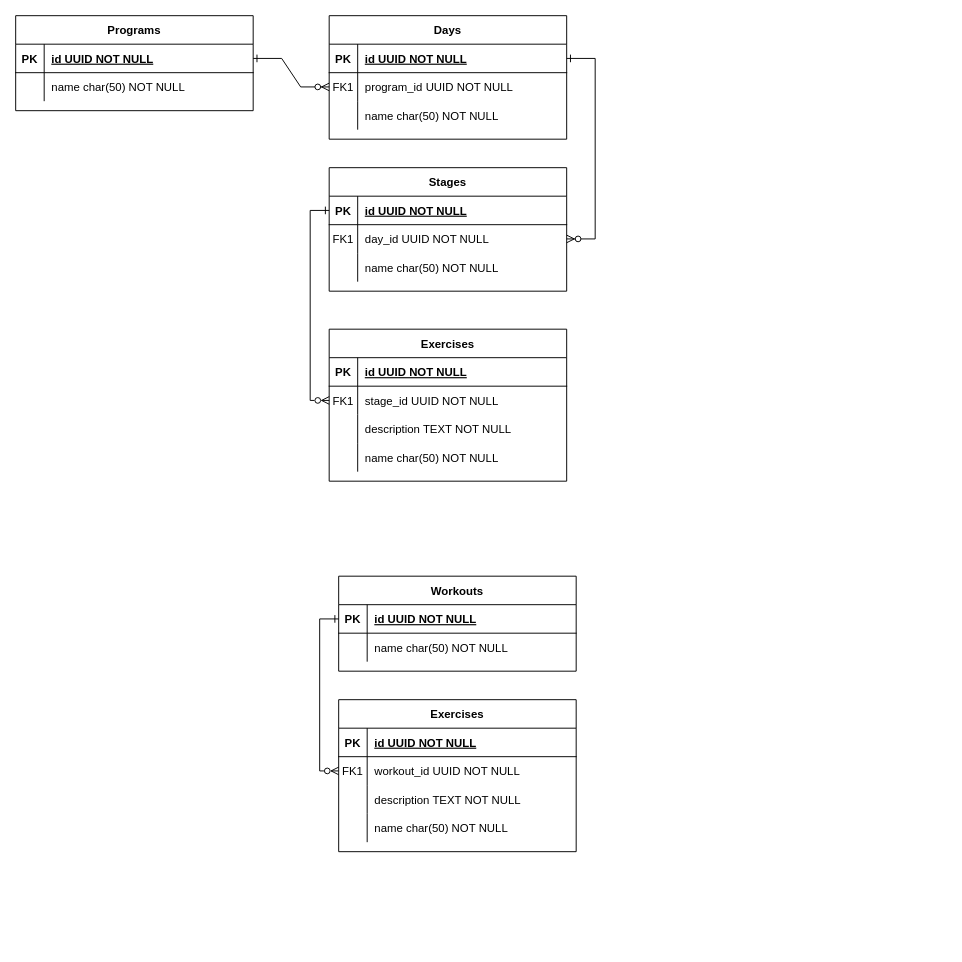
cjcoops/workout-tracker keeps this draw.io diagram as workout-tracker.drawio. Above is the earlier version. Source tidied: cells renumbered, new cells numbered last; positions are measured from the earlier drawing's top-left corner, leaving out a move shared by most shapes. Both pictures are drawn from the tidied source at 95%, with x=0, y=0 at pixel (15, 15).
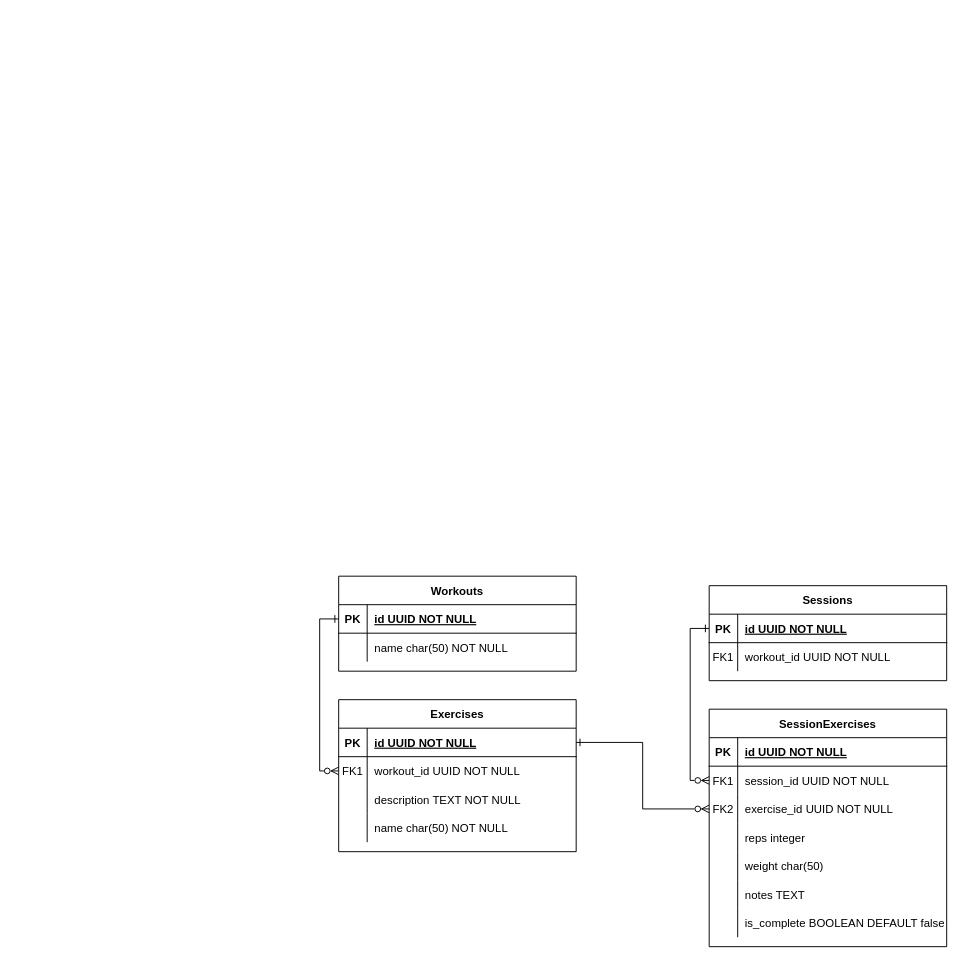
The same diagram, later.

Commit message:
design db schema for sessions and sessionexercises

Unchanged cells that the change refers to:
```xml
<mxCell id="53" style="shape=partialRectangle;fillColor=none;points=[[0,0.5],[1,0.5]];portConstraint=eastwest;top=0;left=0;right=0;bottom=1;rounded=0;" parent="52" vertex="1">
  <mxGeometry y="30" width="250" height="30" as="geometry" />
</mxCell>
```

The edit, as a diff of the source:
```diff
@@
-    <mxCell id="2" style="edgeStyle=entityRelationEdgeStyle;endArrow=ERzeroToMany;startArrow=ERone;endFill=1;startFill=0;rounded=0;" parent="1" edge="1" source="25" target="8">
-      <mxGeometry relative="1" as="geometry" />
-    </mxCell>
-    <mxCell id="3" style="edgeStyle=entityRelationEdgeStyle;endArrow=ERzeroToMany;startArrow=ERone;endFill=1;startFill=0;rounded=0;" parent="1" edge="1" source="5" target="18">
-      <mxGeometry relative="1" as="geometry" />
-    </mxCell>
-    <mxCell id="4" value="Days" style="shape=table;startSize=30;childLayout=tableLayout;rowLines=0;fontStyle=1;align=center;rounded=0;" parent="1" vertex="1">
-      <mxGeometry x="330" width="250" height="130" as="geometry" />
-    </mxCell>
-    <mxCell id="5" style="shape=partialRectangle;fillColor=none;points=[[0,0.5],[1,0.5]];portConstraint=eastwest;top=0;left=0;right=0;bottom=1;rounded=0;" parent="4" vertex="1">
-      <mxGeometry y="30" width="250" height="30" as="geometry" />
-    </mxCell>
-    <mxCell id="6" value="PK" style="shape=partialRectangle;overflow=hidden;fillColor=none;top=0;left=0;bottom=0;right=0;fontStyle=1;rounded=0;" parent="5" vertex="1">
-      <mxGeometry width="30" height="30" as="geometry" />
-    </mxCell>
-    <mxCell id="7" value="id UUID NOT NULL " style="shape=partialRectangle;overflow=hidden;fillColor=none;top=0;left=0;bottom=0;right=0;align=left;spacingLeft=6;fontStyle=5;rounded=0;" parent="5" vertex="1">
-      <mxGeometry x="30" width="220" height="30" as="geometry" />
-    </mxCell>
-    <mxCell id="8" style="shape=partialRectangle;fillColor=none;points=[[0,0.5],[1,0.5]];portConstraint=eastwest;top=0;left=0;right=0;bottom=0;rounded=0;" parent="4" vertex="1">
-      <mxGeometry y="60" width="250" height="30" as="geometry" />
-    </mxCell>
-    <mxCell id="9" value="FK1" style="shape=partialRectangle;overflow=hidden;fillColor=none;top=0;left=0;bottom=0;right=0;rounded=0;" parent="8" vertex="1">
-      <mxGeometry width="30" height="30" as="geometry" />
-    </mxCell>
-    <mxCell id="10" value="program_id UUID NOT NULL" style="shape=partialRectangle;overflow=hidden;fillColor=none;top=0;left=0;bottom=0;right=0;align=left;spacingLeft=6;rounded=0;" parent="8" vertex="1">
-      <mxGeometry x="30" width="220" height="30" as="geometry" />
-    </mxCell>
-    <mxCell id="11" style="shape=partialRectangle;fillColor=none;top=0;left=0;right=0;bottom=0;rounded=0;" parent="4" vertex="1">
-      <mxGeometry y="90" width="250" height="30" as="geometry" />
-    </mxCell>
-    <mxCell id="12" style="shape=partialRectangle;overflow=hidden;fillColor=none;top=0;left=0;bottom=0;right=0;rounded=0;" parent="11" vertex="1">
-      <mxGeometry width="30" height="30" as="geometry" />
-    </mxCell>
-    <mxCell id="13" value="name char(50) NOT NULL" style="shape=partialRectangle;overflow=hidden;fillColor=none;top=0;left=0;bottom=0;right=0;align=left;spacingLeft=6;rounded=0;" parent="11" vertex="1">
-      <mxGeometry x="30" width="220" height="30" as="geometry" />
-    </mxCell>
-    <mxCell id="14" value="Stages" style="shape=table;startSize=30;childLayout=tableLayout;rowLines=0;fontStyle=1;align=center;rounded=0;" parent="1" vertex="1">
-      <mxGeometry x="330" y="160" width="250" height="130" as="geometry" />
-    </mxCell>
-    <mxCell id="15" style="shape=partialRectangle;fillColor=none;points=[[0,0.5],[1,0.5]];portConstraint=eastwest;top=0;left=0;right=0;bottom=1;rounded=0;" parent="14" vertex="1">
-      <mxGeometry y="30" width="250" height="30" as="geometry" />
-    </mxCell>
-    <mxCell id="16" value="PK" style="shape=partialRectangle;overflow=hidden;fillColor=none;top=0;left=0;bottom=0;right=0;fontStyle=1;rounded=0;" parent="15" vertex="1">
-      <mxGeometry width="30" height="30" as="geometry" />
-    </mxCell>
-    <mxCell id="17" value="id UUID NOT NULL " style="shape=partialRectangle;overflow=hidden;fillColor=none;top=0;left=0;bottom=0;right=0;align=left;spacingLeft=6;fontStyle=5;rounded=0;" parent="15" vertex="1">
-      <mxGeometry x="30" width="220" height="30" as="geometry" />
-    </mxCell>
-    <mxCell id="18" style="shape=partialRectangle;fillColor=none;points=[[0,0.5],[1,0.5]];portConstraint=eastwest;top=0;left=0;right=0;bottom=0;rounded=0;" parent="14" vertex="1">
-      <mxGeometry y="60" width="250" height="30" as="geometry" />
-    </mxCell>
-    <mxCell id="19" value="FK1" style="shape=partialRectangle;overflow=hidden;fillColor=none;top=0;left=0;bottom=0;right=0;rounded=0;" parent="18" vertex="1">
-      <mxGeometry width="30" height="30" as="geometry" />
-    </mxCell>
-    <mxCell id="20" value="day_id UUID NOT NULL" style="shape=partialRectangle;overflow=hidden;fillColor=none;top=0;left=0;bottom=0;right=0;align=left;spacingLeft=6;rounded=0;" parent="18" vertex="1">
-      <mxGeometry x="30" width="220" height="30" as="geometry" />
-    </mxCell>
-    <mxCell id="21" style="shape=partialRectangle;fillColor=none;top=0;left=0;right=0;bottom=0;rounded=0;" parent="14" vertex="1">
-      <mxGeometry y="90" width="250" height="30" as="geometry" />
-    </mxCell>
-    <mxCell id="22" style="shape=partialRectangle;overflow=hidden;fillColor=none;top=0;left=0;bottom=0;right=0;rounded=0;" parent="21" vertex="1">
-      <mxGeometry width="30" height="30" as="geometry" />
-    </mxCell>
-    <mxCell id="23" value="name char(50) NOT NULL" style="shape=partialRectangle;overflow=hidden;fillColor=none;top=0;left=0;bottom=0;right=0;align=left;spacingLeft=6;rounded=0;" parent="21" vertex="1">
-      <mxGeometry x="30" width="220" height="30" as="geometry" />
-    </mxCell>
-    <mxCell id="24" value="Programs" style="shape=table;startSize=30;childLayout=tableLayout;rowLines=0;fontStyle=1;align=center;rounded=0;" parent="1" vertex="1">
-      <mxGeometry width="250" height="100" as="geometry" />
-    </mxCell>
-    <mxCell id="25" style="shape=partialRectangle;fillColor=none;points=[[0,0.5],[1,0.5]];portConstraint=eastwest;top=0;left=0;right=0;bottom=1;rounded=0;" parent="24" vertex="1">
-      <mxGeometry y="30" width="250" height="30" as="geometry" />
-    </mxCell>
-    <mxCell id="26" value="PK" style="shape=partialRectangle;overflow=hidden;fillColor=none;top=0;left=0;bottom=0;right=0;fontStyle=1;rounded=0;" parent="25" vertex="1">
-      <mxGeometry width="30" height="30" as="geometry" />
-    </mxCell>
-    <mxCell id="27" value="id UUID NOT NULL " style="shape=partialRectangle;overflow=hidden;fillColor=none;top=0;left=0;bottom=0;right=0;align=left;spacingLeft=6;fontStyle=5;rounded=0;" parent="25" vertex="1">
-      <mxGeometry x="30" width="220" height="30" as="geometry" />
-    </mxCell>
-    <mxCell id="28" style="shape=partialRectangle;fillColor=none;top=0;left=0;right=0;bottom=0;rounded=0;" parent="24" vertex="1">
-      <mxGeometry y="60" width="250" height="30" as="geometry" />
-    </mxCell>
-    <mxCell id="29" style="shape=partialRectangle;overflow=hidden;fillColor=none;top=0;left=0;bottom=0;right=0;rounded=0;" parent="28" vertex="1">
-      <mxGeometry width="30" height="30" as="geometry" />
-    </mxCell>
-    <mxCell id="30" value="name char(50) NOT NULL" style="shape=partialRectangle;overflow=hidden;fillColor=none;top=0;left=0;bottom=0;right=0;align=left;spacingLeft=6;rounded=0;" parent="28" vertex="1">
-      <mxGeometry x="30" width="220" height="30" as="geometry" />
-    </mxCell>
-    <mxCell id="31" value="Exercises" style="shape=table;startSize=30;childLayout=tableLayout;rowLines=0;fontStyle=1;align=center;rounded=0;" parent="1" vertex="1">
-      <mxGeometry x="330" y="330" width="250" height="160" as="geometry" />
-    </mxCell>
-    <mxCell id="32" style="shape=partialRectangle;fillColor=none;top=0;left=0;right=0;bottom=1;rounded=0;" parent="31" vertex="1">
-      <mxGeometry y="30" width="250" height="30" as="geometry" />
-    </mxCell>
-    <mxCell id="33" value="PK" style="shape=partialRectangle;overflow=hidden;fillColor=none;top=0;left=0;bottom=0;right=0;fontStyle=1;rounded=0;" parent="32" vertex="1">
-      <mxGeometry width="30" height="30" as="geometry" />
-    </mxCell>
-    <mxCell id="34" value="id UUID NOT NULL " style="shape=partialRectangle;overflow=hidden;fillColor=none;top=0;left=0;bottom=0;right=0;align=left;spacingLeft=6;fontStyle=5;rounded=0;" parent="32" vertex="1">
-      <mxGeometry x="30" width="220" height="30" as="geometry" />
-    </mxCell>
-    <mxCell id="35" style="shape=partialRectangle;fillColor=none;points=[[0,0.5],[1,0.5]];portConstraint=eastwest;top=0;left=0;right=0;bottom=0;rounded=0;" parent="31" vertex="1">
-      <mxGeometry y="60" width="250" height="30" as="geometry" />
-    </mxCell>
-    <mxCell id="36" value="FK1" style="shape=partialRectangle;overflow=hidden;fillColor=none;top=0;left=0;bottom=0;right=0;rounded=0;" parent="35" vertex="1">
-      <mxGeometry width="30" height="30" as="geometry" />
-    </mxCell>
-    <mxCell id="37" value="stage_id UUID NOT NULL" style="shape=partialRectangle;overflow=hidden;fillColor=none;top=0;left=0;bottom=0;right=0;align=left;spacingLeft=6;rounded=0;" parent="35" vertex="1">
-      <mxGeometry x="30" width="220" height="30" as="geometry" />
-    </mxCell>
-    <mxCell id="38" style="shape=partialRectangle;fillColor=none;top=0;left=0;right=0;bottom=0;rounded=0;" parent="31" vertex="1">
-      <mxGeometry y="90" width="250" height="30" as="geometry" />
-    </mxCell>
-    <mxCell id="39" style="shape=partialRectangle;overflow=hidden;fillColor=none;top=0;left=0;bottom=0;right=0;rounded=0;" parent="38" vertex="1">
-      <mxGeometry width="30" height="30" as="geometry" />
-    </mxCell>
-    <mxCell id="40" value="description TEXT NOT NULL" style="shape=partialRectangle;overflow=hidden;fillColor=none;top=0;left=0;bottom=0;right=0;align=left;spacingLeft=6;rounded=0;" parent="38" vertex="1">
-      <mxGeometry x="30" width="220" height="30" as="geometry" />
-    </mxCell>
-    <mxCell id="41" style="shape=partialRectangle;fillColor=none;top=0;left=0;right=0;bottom=0;rounded=0;" parent="31" vertex="1">
-      <mxGeometry y="120" width="250" height="30" as="geometry" />
-    </mxCell>
-    <mxCell id="42" style="shape=partialRectangle;overflow=hidden;fillColor=none;top=0;left=0;bottom=0;right=0;rounded=0;" parent="41" vertex="1">
-      <mxGeometry width="30" height="30" as="geometry" />
-    </mxCell>
-    <mxCell id="43" value="name char(50) NOT NULL" style="shape=partialRectangle;overflow=hidden;fillColor=none;top=0;left=0;bottom=0;right=0;align=left;spacingLeft=6;rounded=0;" parent="41" vertex="1">
-      <mxGeometry x="30" width="220" height="30" as="geometry" />
-    </mxCell>
-    <mxCell id="44" style="edgeStyle=orthogonalEdgeStyle;rounded=0;jettySize=auto;html=1;entryX=0;entryY=0.5;entryDx=0;entryDy=0;startArrow=ERone;startFill=0;endArrow=ERzeroToMany;endFill=0;" parent="1" edge="1" source="15" target="35">
-      <mxGeometry relative="1" as="geometry" />
-    </mxCell>
@@
+    <mxCell id="66" value="Sessions" style="shape=table;startSize=30;childLayout=tableLayout;rowLines=0;fontStyle=1;align=center;rounded=0;" parent="1" vertex="1">
+      <mxGeometry x="730" y="600" width="250" height="100" as="geometry" />
+    </mxCell>
+    <mxCell id="67" style="shape=partialRectangle;fillColor=none;points=[[0,0.5],[1,0.5]];portConstraint=eastwest;top=0;left=0;right=0;bottom=1;rounded=0;" parent="66" vertex="1">
+      <mxGeometry y="30" width="250" height="30" as="geometry" />
+    </mxCell>
+    <mxCell id="68" value="PK" style="shape=partialRectangle;overflow=hidden;fillColor=none;top=0;left=0;bottom=0;right=0;fontStyle=1;rounded=0;" parent="67" vertex="1">
+      <mxGeometry width="30" height="30" as="geometry" />
+    </mxCell>
+    <mxCell id="69" value="id UUID NOT NULL " style="shape=partialRectangle;overflow=hidden;fillColor=none;top=0;left=0;bottom=0;right=0;align=left;spacingLeft=6;fontStyle=5;rounded=0;" parent="67" vertex="1">
+      <mxGeometry x="30" width="220" height="30" as="geometry" />
+    </mxCell>
+    <mxCell id="70" style="shape=partialRectangle;fillColor=none;top=0;left=0;right=0;bottom=0;rounded=0;" parent="66" vertex="1">
+      <mxGeometry y="60" width="250" height="30" as="geometry" />
+    </mxCell>
+    <mxCell id="71" value="FK1" style="shape=partialRectangle;overflow=hidden;fillColor=none;top=0;left=0;bottom=0;right=0;rounded=0;" parent="70" vertex="1">
+      <mxGeometry width="30" height="30" as="geometry" />
+    </mxCell>
+    <mxCell id="72" value="workout_id UUID NOT NULL" style="shape=partialRectangle;overflow=hidden;fillColor=none;top=0;left=0;bottom=0;right=0;align=left;spacingLeft=6;rounded=0;" parent="70" vertex="1">
+      <mxGeometry x="30" width="220" height="30" as="geometry" />
+    </mxCell>
+    <mxCell id="73" value="SessionExercises" style="shape=table;startSize=30;childLayout=tableLayout;rowLines=0;fontStyle=1;align=center;rounded=0;" parent="1" vertex="1">
+      <mxGeometry x="730" y="730" width="250" height="250" as="geometry" />
+    </mxCell>
+    <mxCell id="74" style="shape=partialRectangle;fillColor=none;top=0;left=0;right=0;bottom=1;rounded=0;" parent="73" vertex="1">
+      <mxGeometry y="30" width="250" height="30" as="geometry" />
+    </mxCell>
+    <mxCell id="75" value="PK" style="shape=partialRectangle;overflow=hidden;fillColor=none;top=0;left=0;bottom=0;right=0;fontStyle=1;rounded=0;" parent="74" vertex="1">
+      <mxGeometry width="30" height="30" as="geometry" />
+    </mxCell>
+    <mxCell id="76" value="id UUID NOT NULL " style="shape=partialRectangle;overflow=hidden;fillColor=none;top=0;left=0;bottom=0;right=0;align=left;spacingLeft=6;fontStyle=5;rounded=0;" parent="74" vertex="1">
+      <mxGeometry x="30" width="220" height="30" as="geometry" />
+    </mxCell>
+    <mxCell id="77" style="shape=partialRectangle;fillColor=none;points=[[0,0.5],[1,0.5]];portConstraint=eastwest;top=0;left=0;right=0;bottom=0;rounded=0;" parent="73" vertex="1">
+      <mxGeometry y="60" width="250" height="30" as="geometry" />
+    </mxCell>
+    <mxCell id="78" value="FK1" style="shape=partialRectangle;overflow=hidden;fillColor=none;top=0;left=0;bottom=0;right=0;rounded=0;" parent="77" vertex="1">
+      <mxGeometry width="30" height="30" as="geometry" />
+    </mxCell>
+    <mxCell id="79" value="session_id UUID NOT NULL" style="shape=partialRectangle;overflow=hidden;fillColor=none;top=0;left=0;bottom=0;right=0;align=left;spacingLeft=6;rounded=0;" parent="77" vertex="1">
+      <mxGeometry x="30" width="220" height="30" as="geometry" />
+    </mxCell>
+    <mxCell id="80" style="shape=partialRectangle;fillColor=none;points=[[0,0.5],[1,0.5]];portConstraint=eastwest;top=0;left=0;right=0;bottom=0;rounded=0;" parent="73" vertex="1">
+      <mxGeometry y="90" width="250" height="30" as="geometry" />
+    </mxCell>
+    <mxCell id="81" value="FK2" style="shape=partialRectangle;overflow=hidden;fillColor=none;top=0;left=0;bottom=0;right=0;rounded=0;" parent="80" vertex="1">
+      <mxGeometry width="30" height="30" as="geometry" />
+    </mxCell>
+    <mxCell id="82" value="exercise_id UUID NOT NULL" style="shape=partialRectangle;overflow=hidden;fillColor=none;top=0;left=0;bottom=0;right=0;align=left;spacingLeft=6;rounded=0;" parent="80" vertex="1">
+      <mxGeometry x="30" width="220" height="30" as="geometry" />
+    </mxCell>
+    <mxCell id="41" style="shape=partialRectangle;fillColor=none;top=0;left=0;right=0;bottom=0;rounded=0;" parent="73" vertex="1">
+      <mxGeometry y="120" width="250" height="30" as="geometry" />
+    </mxCell>
+    <mxCell id="83" style="shape=partialRectangle;overflow=hidden;fillColor=none;top=0;left=0;bottom=0;right=0;rounded=0;" parent="41" vertex="1">
+      <mxGeometry width="30" height="30" as="geometry" />
+    </mxCell>
+    <mxCell id="84" value="reps integer" style="shape=partialRectangle;overflow=hidden;fillColor=none;top=0;left=0;bottom=0;right=0;align=left;spacingLeft=6;rounded=0;" parent="41" vertex="1">
+      <mxGeometry x="30" width="220" height="30" as="geometry" />
+    </mxCell>
+    <mxCell id="85" style="shape=partialRectangle;fillColor=none;top=0;left=0;right=0;bottom=0;rounded=0;" parent="73" vertex="1">
+      <mxGeometry y="150" width="250" height="30" as="geometry" />
+    </mxCell>
+    <mxCell id="86" style="shape=partialRectangle;overflow=hidden;fillColor=none;top=0;left=0;bottom=0;right=0;rounded=0;" parent="85" vertex="1">
+      <mxGeometry width="30" height="30" as="geometry" />
+    </mxCell>
+    <mxCell id="87" value="weight char(50)" style="shape=partialRectangle;overflow=hidden;fillColor=none;top=0;left=0;bottom=0;right=0;align=left;spacingLeft=6;rounded=0;" parent="85" vertex="1">
+      <mxGeometry x="30" width="220" height="30" as="geometry" />
+    </mxCell>
+    <mxCell id="88" style="shape=partialRectangle;fillColor=none;top=0;left=0;right=0;bottom=0;rounded=0;" parent="73" vertex="1">
+      <mxGeometry y="180" width="250" height="30" as="geometry" />
+    </mxCell>
+    <mxCell id="89" style="shape=partialRectangle;overflow=hidden;fillColor=none;top=0;left=0;bottom=0;right=0;rounded=0;" parent="88" vertex="1">
+      <mxGeometry width="30" height="30" as="geometry" />
+    </mxCell>
+    <mxCell id="90" value="notes TEXT" style="shape=partialRectangle;overflow=hidden;fillColor=none;top=0;left=0;bottom=0;right=0;align=left;spacingLeft=6;rounded=0;" parent="88" vertex="1">
+      <mxGeometry x="30" width="220" height="30" as="geometry" />
+    </mxCell>
+    <mxCell id="91" style="shape=partialRectangle;fillColor=none;top=0;left=0;right=0;bottom=0;rounded=0;" parent="73" vertex="1">
+      <mxGeometry y="210" width="250" height="30" as="geometry" />
+    </mxCell>
+    <mxCell id="92" style="shape=partialRectangle;overflow=hidden;fillColor=none;top=0;left=0;bottom=0;right=0;rounded=0;" parent="91" vertex="1">
+      <mxGeometry width="30" height="30" as="geometry" />
+    </mxCell>
+    <mxCell id="93" value="    is_complete BOOLEAN DEFAULT false" style="shape=partialRectangle;overflow=hidden;fillColor=none;top=0;left=0;bottom=0;right=0;align=left;spacingLeft=6;rounded=0;" parent="91" vertex="1">
+      <mxGeometry x="30" width="220" height="30" as="geometry" />
+    </mxCell>
+    <mxCell id="94" style="edgeStyle=orthogonalEdgeStyle;rounded=0;jettySize=auto;html=1;entryX=0;entryY=0.5;entryDx=0;entryDy=0;startArrow=ERone;startFill=0;endArrow=ERzeroToMany;endFill=0;exitX=0;exitY=0.5;exitDx=0;exitDy=0;" parent="1" edge="1" source="67" target="77">
+      <mxGeometry relative="1" as="geometry" />
+    </mxCell>
+    <mxCell id="95" style="edgeStyle=orthogonalEdgeStyle;rounded=0;jettySize=auto;html=1;entryX=0;entryY=0.5;entryDx=0;entryDy=0;startArrow=ERone;startFill=0;endArrow=ERzeroToMany;endFill=0;exitX=1;exitY=0.5;exitDx=0;exitDy=0;" parent="1" edge="1" source="53" target="80">
+      <mxGeometry relative="1" as="geometry" />
+    </mxCell>
```
